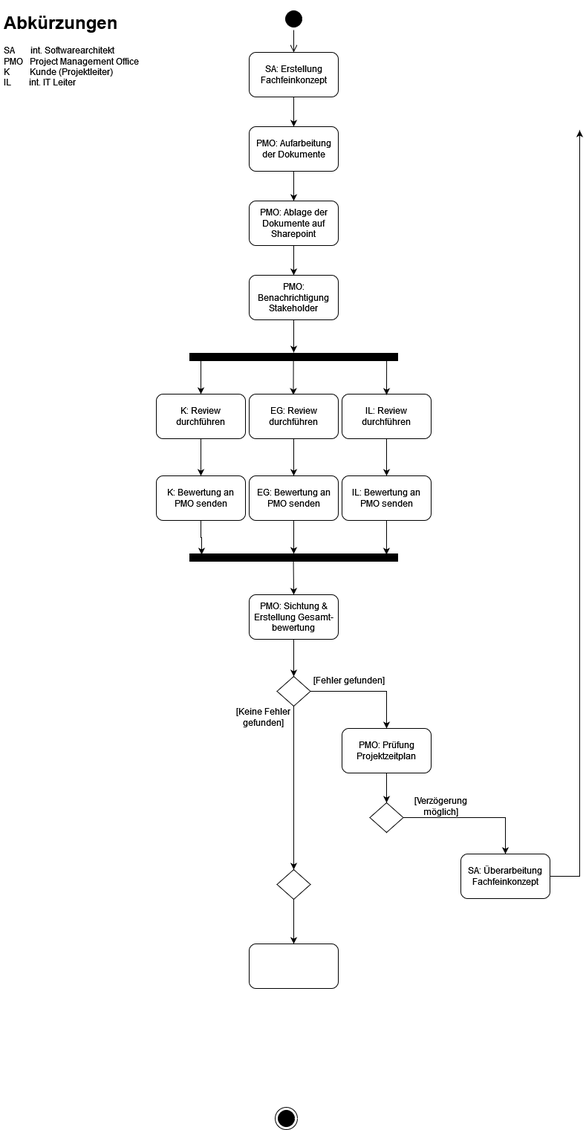
Before: src/org/hbrs/se1/ws22/uebung2/Aufgabe2-1.drawio.png, a diagram exported from draw.io (fitnesstino/WS22-SE1). Source tidied: cells renumbered, new cells last; positions are measured from the earlier drawing's top-left corner, leaving out a move shared by most shapes.
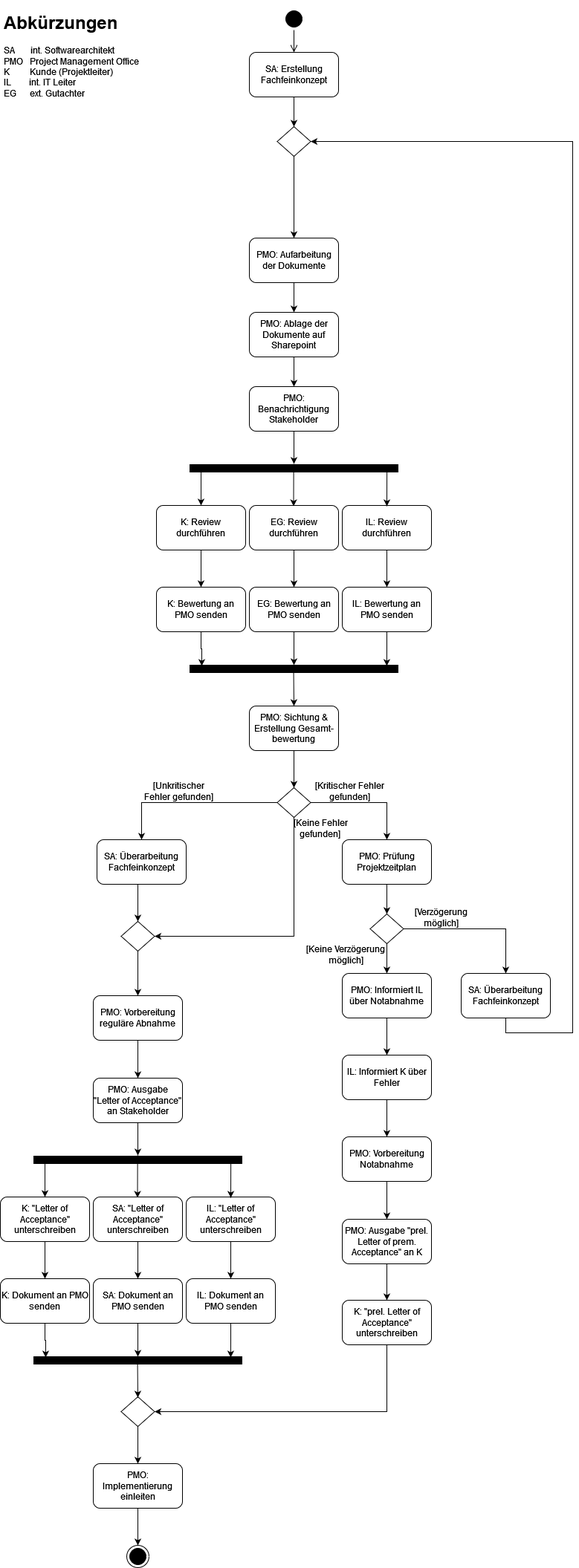
After the commit.

Diff of the diagram source:
```diff
@@ -3,19 +3,21 @@
     <mxCell id="0" />
     <mxCell id="1" parent="0" />
     <mxCell id="2" style="ellipse;html=1;shape=startState;fillColor=#000000;strokeColor=#000000;" parent="1" vertex="1">
-      <mxGeometry x="380" width="30" height="30" as="geometry" />
+      <mxGeometry x="380" y="-150" width="30" height="30" as="geometry" />
     </mxCell>
     <mxCell id="3" style="edgeStyle=orthogonalEdgeStyle;html=1;verticalAlign=bottom;endArrow=open;endSize=8;strokeColor=#000000;rounded=0;entryX=0.5;entryY=0;entryDx=0;entryDy=0;" parent="1" edge="1" source="2" target="6">
       <mxGeometry relative="1" as="geometry" />
     </mxCell>
     <mxCell id="4" style="ellipse;html=1;shape=endState;fillColor=#000000;strokeColor=#000000;" parent="1" vertex="1">
-      <mxGeometry x="370" y="1480" width="30" height="30" as="geometry" />
+      <mxGeometry x="170" y="1920" width="30" height="30" as="geometry" />
     </mxCell>
-    <mxCell id="5" style="edgeStyle=orthogonalEdgeStyle;rounded=0;jettySize=auto;html=1;" parent="1" edge="1" source="6" target="8">
-      <mxGeometry relative="1" as="geometry" />
+    <mxCell id="5" style="edgeStyle=orthogonalEdgeStyle;rounded=0;jettySize=auto;html=1;" parent="1" edge="1" source="6">
+      <mxGeometry relative="1" as="geometry">
+        <mxPoint x="395" y="10" as="targetPoint" />
+      </mxGeometry>
     </mxCell>
     <mxCell id="6" value="SA: Erstellung Fachfeinkonzept" style="rounded=1;whiteSpace=wrap;html=1;" parent="1" vertex="1">
-      <mxGeometry x="335" y="60" width="120" height="60" as="geometry" />
+      <mxGeometry x="335" y="-90" width="120" height="60" as="geometry" />
     </mxCell>
     <mxCell id="7" style="edgeStyle=orthogonalEdgeStyle;rounded=0;jettySize=auto;html=1;strokeColor=#000000;" parent="1" edge="1" source="8" target="11">
       <mxGeometry relative="1" as="geometry" />
@@ -23,8 +25,8 @@
     <mxCell id="8" value="PMO: Aufarbeitung der Dokumente" style="whiteSpace=wrap;html=1;rounded=1;" parent="1" vertex="1">
       <mxGeometry x="335" y="160" width="120" height="60" as="geometry" />
     </mxCell>
-    <mxCell id="9" value="&lt;h1&gt;Abkürzungen&lt;/h1&gt;&lt;p&gt;SA&amp;nbsp;&amp;nbsp;&amp;nbsp;&amp;nbsp; &amp;nbsp; int. Softwarearchitekt&lt;br&gt;PMO&amp;nbsp;&amp;nbsp; Project Management Office&lt;br&gt;K&amp;nbsp;&amp;nbsp;&amp;nbsp;&amp;nbsp;&amp;nbsp;&amp;nbsp;&amp;nbsp;&amp;nbsp; Kunde (Projektleiter)&lt;br&gt;IL&amp;nbsp;&amp;nbsp;&amp;nbsp;&amp;nbsp;&amp;nbsp;&amp;nbsp;&amp;nbsp; int. IT Leiter&lt;br&gt;&lt;/p&gt;" style="text;html=1;strokeColor=none;fillColor=none;spacing=5;spacingTop=-20;whiteSpace=wrap;overflow=hidden;rounded=0;" parent="1" vertex="1">
-      <mxGeometry width="200" height="120" as="geometry" />
+    <mxCell id="9" value="&lt;h1&gt;Abkürzungen&lt;/h1&gt;&lt;p&gt;SA&amp;nbsp;&amp;nbsp;&amp;nbsp;&amp;nbsp; &amp;nbsp; int. Softwarearchitekt&lt;br&gt;PMO&amp;nbsp;&amp;nbsp; Project Management Office&lt;br&gt;K&amp;nbsp;&amp;nbsp;&amp;nbsp;&amp;nbsp;&amp;nbsp;&amp;nbsp;&amp;nbsp;&amp;nbsp; Kunde (Projektleiter)&lt;br&gt;IL&amp;nbsp;&amp;nbsp;&amp;nbsp;&amp;nbsp;&amp;nbsp;&amp;nbsp;&amp;nbsp; int. IT Leiter&lt;br&gt;EG&amp;nbsp;&amp;nbsp;&amp;nbsp;&amp;nbsp;&amp;nbsp; ext. Gutachter&lt;br&gt;&lt;/p&gt;" style="text;html=1;strokeColor=none;fillColor=none;spacing=5;spacingTop=-20;whiteSpace=wrap;overflow=hidden;rounded=0;" parent="1" vertex="1">
+      <mxGeometry y="-150" width="200" height="120" as="geometry" />
     </mxCell>
     <mxCell id="10" style="edgeStyle=orthogonalEdgeStyle;rounded=0;jettySize=auto;html=1;strokeColor=#000000;" parent="1" edge="1" source="11" target="13">
       <mxGeometry relative="1" as="geometry" />
@@ -120,9 +122,9 @@
     <mxCell id="34" style="edgeStyle=orthogonalEdgeStyle;rounded=0;jettySize=auto;html=1;strokeColor=#000000;strokeWidth=1;" parent="1" edge="1" source="36" target="38">
       <mxGeometry relative="1" as="geometry" />
     </mxCell>
-    <mxCell id="35" style="edgeStyle=orthogonalEdgeStyle;rounded=0;jettySize=auto;html=1;strokeColor=#000000;strokeWidth=1;entryX=0.5;entryY=0;entryDx=0;entryDy=0;" parent="1" edge="1" source="36" target="43">
-      <mxGeometry relative="1" as="geometry" />
-    </mxCell>
+    <mxCell id="49" style="edgeStyle=orthogonalEdgeStyle;rounded=0;jettySize=auto;html=1;entryX=0.5;entryY=0;entryDx=0;entryDy=0;exitX=0;exitY=0.5;exitDx=0;exitDy=0;" parent="1" edge="1" source="36" target="55">
+      <mxGeometry relative="1" as="geometry" />
+    </mxCell>
     <mxCell id="36" style="rhombus;whiteSpace=wrap;html=1;strokeColor=#000000;fillColor=none;" parent="1" vertex="1">
       <mxGeometry x="372.5" y="900" width="45" height="40" as="geometry" />
     </mxCell>
@@ -132,37 +134,201 @@
     <mxCell id="38" value="PMO: Prüfung Projektzeitplan" style="rounded=1;whiteSpace=wrap;html=1;fillColor=none;strokeColor=#000000;" parent="1" vertex="1">
       <mxGeometry x="460" y="970" width="120" height="60" as="geometry" />
     </mxCell>
-    <mxCell id="39" value="[Fehler gefunden]" style="text;html=1;strokeColor=none;fillColor=none;align=center;verticalAlign=middle;whiteSpace=wrap;rounded=0;" parent="1" vertex="1">
+    <mxCell id="39" value="[Kritischer Fehler gefunden]" style="text;html=1;strokeColor=none;fillColor=none;align=center;verticalAlign=middle;whiteSpace=wrap;rounded=0;" parent="1" vertex="1">
       <mxGeometry x="420" y="890" width="100" height="30" as="geometry" />
     </mxCell>
+    <mxCell id="50" style="edgeStyle=orthogonalEdgeStyle;rounded=0;jettySize=auto;html=1;" parent="1" edge="1" source="40" target="57">
+      <mxGeometry relative="1" as="geometry" />
+    </mxCell>
-    <mxCell id="40" style="rounded=1;whiteSpace=wrap;html=1;fillColor=none;strokeColor=#000000;" parent="1" vertex="1">
-      <mxGeometry x="335" y="1260" width="120" height="60" as="geometry" />
+    <mxCell id="40" value="PMO: Vorbereitung reguläre Abnahme" style="rounded=1;whiteSpace=wrap;html=1;fillColor=none;strokeColor=#000000;" parent="1" vertex="1">
+      <mxGeometry x="125" y="1180" width="120" height="60" as="geometry" />
     </mxCell>
-    <mxCell id="41" value="[Keine Fehler gefunden]" style="text;html=1;strokeColor=none;fillColor=none;align=center;verticalAlign=middle;whiteSpace=wrap;rounded=0;" parent="1" vertex="1">
-      <mxGeometry x="304" y="940" width="100" height="30" as="geometry" />
+    <mxCell id="41" value="&amp;nbsp;[Keine Fehler gefunden]" style="text;html=1;strokeColor=none;fillColor=none;align=center;verticalAlign=middle;whiteSpace=wrap;rounded=0;" parent="1" vertex="1">
+      <mxGeometry x="380" y="940" width="100" height="30" as="geometry" />
     </mxCell>
     <mxCell id="42" style="edgeStyle=orthogonalEdgeStyle;rounded=0;jettySize=auto;html=1;strokeColor=#000000;strokeWidth=1;" parent="1" edge="1" source="43" target="40">
       <mxGeometry relative="1" as="geometry" />
     </mxCell>
     <mxCell id="43" style="rhombus;whiteSpace=wrap;html=1;strokeColor=#000000;fillColor=none;" parent="1" vertex="1">
-      <mxGeometry x="372.5" y="1160" width="45" height="40" as="geometry" />
+      <mxGeometry x="162.5" y="1080" width="45" height="40" as="geometry" />
     </mxCell>
     <mxCell id="44" style="edgeStyle=orthogonalEdgeStyle;rounded=0;jettySize=auto;html=1;strokeColor=#000000;strokeWidth=1;" parent="1" edge="1" source="45" target="47">
       <mxGeometry relative="1" as="geometry" />
     </mxCell>
+    <mxCell id="51" style="edgeStyle=orthogonalEdgeStyle;rounded=0;jettySize=auto;html=1;" parent="1" edge="1" source="45" target="80">
+      <mxGeometry relative="1" as="geometry" />
+    </mxCell>
     <mxCell id="45" style="rhombus;whiteSpace=wrap;html=1;strokeColor=#000000;fillColor=none;" parent="1" vertex="1">
       <mxGeometry x="497.5" y="1070" width="45" height="40" as="geometry" />
     </mxCell>
-    <mxCell id="46" style="edgeStyle=orthogonalEdgeStyle;rounded=0;jettySize=auto;html=1;strokeColor=#000000;strokeWidth=1;" parent="1" edge="1" source="47">
+    <mxCell id="46" style="edgeStyle=orthogonalEdgeStyle;rounded=0;jettySize=auto;html=1;strokeColor=#000000;strokeWidth=1;entryX=1;entryY=0.5;entryDx=0;entryDy=0;exitX=0.5;exitY=1;exitDx=0;exitDy=0;" parent="1" edge="1" source="47" target="53">
       <mxGeometry relative="1" as="geometry">
-        <mxPoint x="780" y="165" as="targetPoint" />
+        <Array as="points">
+          <mxPoint x="680" y="1230" />
+          <mxPoint x="770" y="1230" />
+          <mxPoint x="770" y="30" />
+        </Array>
       </mxGeometry>
     </mxCell>
     <mxCell id="47" value="SA: Überarbeitung Fachfeinkonzept" style="rounded=1;whiteSpace=wrap;html=1;fillColor=none;strokeColor=#000000;" parent="1" vertex="1">
-      <mxGeometry x="620" y="1139" width="120" height="60" as="geometry" />
+      <mxGeometry x="620" y="1150" width="120" height="60" as="geometry" />
     </mxCell>
     <mxCell id="48" value="[Verzögerung möglich]" style="text;html=1;strokeColor=none;fillColor=none;align=center;verticalAlign=middle;whiteSpace=wrap;rounded=0;" parent="1" vertex="1">
       <mxGeometry x="542.5" y="1060" width="100" height="30" as="geometry" />
     </mxCell>
+    <mxCell id="52" style="edgeStyle=orthogonalEdgeStyle;rounded=0;jettySize=auto;html=1;entryX=0.5;entryY=0;entryDx=0;entryDy=0;" parent="1" edge="1" source="53" target="8">
+      <mxGeometry relative="1" as="geometry" />
+    </mxCell>
+    <mxCell id="53" style="rhombus;whiteSpace=wrap;html=1;strokeColor=#000000;fillColor=none;" parent="1" vertex="1">
+      <mxGeometry x="372.5" y="10" width="45" height="40" as="geometry" />
+    </mxCell>
+    <mxCell id="35" style="edgeStyle=orthogonalEdgeStyle;rounded=0;jettySize=auto;html=1;entryX=1;entryY=0.5;entryDx=0;entryDy=0;exitX=0.5;exitY=1;exitDx=0;exitDy=0;" parent="1" edge="1" source="36" target="43">
+      <mxGeometry relative="1" as="geometry">
+        <Array as="points">
+          <mxPoint x="395" y="1100" />
+        </Array>
+      </mxGeometry>
+    </mxCell>
+    <mxCell id="54" style="edgeStyle=orthogonalEdgeStyle;rounded=0;jettySize=auto;html=1;exitX=0.5;exitY=1;exitDx=0;exitDy=0;entryX=0.5;entryY=0;entryDx=0;entryDy=0;" parent="1" edge="1" source="55" target="43">
+      <mxGeometry relative="1" as="geometry">
+        <Array as="points">
+          <mxPoint x="185" y="1030" />
+        </Array>
+      </mxGeometry>
+    </mxCell>
+    <mxCell id="55" value="SA: Überarbeitung Fachfeinkonzept" style="rounded=1;whiteSpace=wrap;html=1;" parent="1" vertex="1">
+      <mxGeometry x="130" y="970" width="120" height="60" as="geometry" />
+    </mxCell>
+    <mxCell id="56" value="[Unkritischer Fehler gefunden]" style="text;html=1;strokeColor=none;fillColor=none;align=center;verticalAlign=middle;whiteSpace=wrap;rounded=0;" parent="1" vertex="1">
+      <mxGeometry x="190" y="890" width="100" height="30" as="geometry" />
+    </mxCell>
+    <mxCell id="57" value="PMO: Ausgabe &quot;Letter of Acceptance&quot; an Stakeholder" style="rounded=1;whiteSpace=wrap;html=1;fillColor=none;strokeColor=#000000;" parent="1" vertex="1">
+      <mxGeometry x="125" y="1291" width="120" height="60" as="geometry" />
+    </mxCell>
+    <mxCell id="58" style="edgeStyle=orthogonalEdgeStyle;rounded=0;jettySize=auto;html=1;entryX=-0.1;entryY=0.5;entryDx=0;entryDy=0;entryPerimeter=0;strokeColor=#000000;strokeWidth=1;" parent="1" edge="1" target="59">
+      <mxGeometry relative="1" as="geometry">
+        <mxPoint x="185" y="1351" as="sourcePoint" />
+      </mxGeometry>
+    </mxCell>
+    <mxCell id="59" style="html=1;points=[];perimeter=orthogonalPerimeter;strokeColor=#000000;rotation=90;fillColor=#000000;" parent="1" vertex="1">
+      <mxGeometry x="180" y="1261" width="10" height="280" as="geometry" />
+    </mxCell>
+    <mxCell id="60" style="endArrow=classic;html=1;rounded=0;strokeColor=#000000;strokeWidth=1;" parent="1" edge="1">
+      <mxGeometry relative="1" as="geometry">
+        <mxPoint x="60" y="1401" as="sourcePoint" />
+        <mxPoint x="60" y="1451" as="targetPoint" />
+      </mxGeometry>
+    </mxCell>
+    <mxCell id="61" style="endArrow=classic;html=1;rounded=0;strokeColor=#000000;strokeWidth=1;exitX=1.4;exitY=0.946;exitDx=0;exitDy=0;exitPerimeter=0;" parent="1" edge="1">
+      <mxGeometry relative="1" as="geometry">
+        <mxPoint x="184.6" y="1401" as="sourcePoint" />
+        <mxPoint x="184.5" y="1452" as="targetPoint" />
+      </mxGeometry>
+    </mxCell>
+    <mxCell id="62" style="endArrow=classic;html=1;rounded=0;strokeColor=#000000;strokeWidth=1;exitX=1.4;exitY=0.946;exitDx=0;exitDy=0;exitPerimeter=0;" parent="1" edge="1">
+      <mxGeometry relative="1" as="geometry">
+        <mxPoint x="310.1" y="1401" as="sourcePoint" />
+        <mxPoint x="310" y="1452" as="targetPoint" />
+      </mxGeometry>
+    </mxCell>
+    <mxCell id="63" style="edgeStyle=orthogonalEdgeStyle;rounded=0;jettySize=auto;html=1;strokeColor=#000000;strokeWidth=1;" parent="1" edge="1" source="64" target="70">
+      <mxGeometry relative="1" as="geometry" />
+    </mxCell>
+    <mxCell id="64" value="K: &quot;Letter of Acceptance&quot; unterschreiben" style="rounded=1;whiteSpace=wrap;html=1;strokeColor=#000000;fillColor=none;" parent="1" vertex="1">
+      <mxGeometry y="1451" width="120" height="60" as="geometry" />
+    </mxCell>
+    <mxCell id="65" style="edgeStyle=orthogonalEdgeStyle;rounded=0;jettySize=auto;html=1;strokeColor=#000000;strokeWidth=1;" parent="1" edge="1" source="66" target="72">
+      <mxGeometry relative="1" as="geometry" />
+    </mxCell>
+    <mxCell id="66" value="SA: &quot;Letter of Acceptance&quot; unterschreiben" style="rounded=1;whiteSpace=wrap;html=1;strokeColor=#000000;fillColor=none;" parent="1" vertex="1">
+      <mxGeometry x="125" y="1451" width="120" height="60" as="geometry" />
+    </mxCell>
+    <mxCell id="67" style="edgeStyle=orthogonalEdgeStyle;rounded=0;jettySize=auto;html=1;strokeColor=#000000;strokeWidth=1;" parent="1" edge="1" source="68" target="74">
+      <mxGeometry relative="1" as="geometry" />
+    </mxCell>
+    <mxCell id="68" value="IL: &quot;Letter of Acceptance&quot; unterschreiben" style="rounded=1;whiteSpace=wrap;html=1;strokeColor=#000000;fillColor=none;" parent="1" vertex="1">
+      <mxGeometry x="250" y="1451" width="120" height="60" as="geometry" />
+    </mxCell>
+    <mxCell id="69" style="edgeStyle=orthogonalEdgeStyle;rounded=0;jettySize=auto;html=1;entryX=0.1;entryY=0.943;entryDx=0;entryDy=0;entryPerimeter=0;strokeColor=#000000;strokeWidth=1;" parent="1" edge="1" source="70" target="75">
+      <mxGeometry relative="1" as="geometry">
+        <Array as="points">
+          <mxPoint x="60" y="1644" />
+          <mxPoint x="61" y="1644" />
+        </Array>
+      </mxGeometry>
+    </mxCell>
+    <mxCell id="70" value="K: Dokument an PMO senden" style="whiteSpace=wrap;html=1;fillColor=none;strokeColor=#000000;rounded=1;" parent="1" vertex="1">
+      <mxGeometry y="1561" width="120" height="60" as="geometry" />
+    </mxCell>
+    <mxCell id="71" style="edgeStyle=orthogonalEdgeStyle;rounded=0;jettySize=auto;html=1;strokeColor=#000000;strokeWidth=1;" parent="1" edge="1" source="72" target="75">
+      <mxGeometry relative="1" as="geometry" />
+    </mxCell>
+    <mxCell id="72" value="SA: Dokument an PMO senden" style="whiteSpace=wrap;html=1;fillColor=none;strokeColor=#000000;rounded=1;" parent="1" vertex="1">
+      <mxGeometry x="125" y="1561" width="120" height="60" as="geometry" />
+    </mxCell>
+    <mxCell id="73" style="edgeStyle=orthogonalEdgeStyle;rounded=0;jettySize=auto;html=1;entryX=0.1;entryY=0.054;entryDx=0;entryDy=0;entryPerimeter=0;strokeColor=#000000;strokeWidth=1;" parent="1" edge="1" source="74" target="75">
+      <mxGeometry relative="1" as="geometry" />
+    </mxCell>
+    <mxCell id="74" value="IL: Dokument an PMO senden" style="whiteSpace=wrap;html=1;fillColor=none;strokeColor=#000000;rounded=1;" parent="1" vertex="1">
+      <mxGeometry x="250" y="1561" width="120" height="60" as="geometry" />
+    </mxCell>
+    <mxCell id="75" style="html=1;points=[];perimeter=orthogonalPerimeter;strokeColor=#000000;rotation=90;fillColor=#000000;" parent="1" vertex="1">
+      <mxGeometry x="180" y="1531" width="10" height="280" as="geometry" />
+    </mxCell>
+    <mxCell id="76" style="endArrow=classic;html=1;rounded=0;strokeColor=#000000;strokeWidth=1;" parent="1" edge="1">
+      <mxGeometry relative="1" as="geometry">
+        <mxPoint x="184.5" y="1671" as="sourcePoint" />
+        <mxPoint x="185" y="1721" as="targetPoint" />
+      </mxGeometry>
+    </mxCell>
+    <mxCell id="77" style="edgeStyle=orthogonalEdgeStyle;rounded=0;jettySize=auto;html=1;entryX=0.5;entryY=0;entryDx=0;entryDy=0;" parent="1" edge="1" source="78" target="4">
+      <mxGeometry relative="1" as="geometry" />
+    </mxCell>
+    <mxCell id="78" value="PMO: Implementierung einleiten" style="rounded=1;whiteSpace=wrap;html=1;" parent="1" vertex="1">
+      <mxGeometry x="125" y="1810" width="120" height="60" as="geometry" />
+    </mxCell>
+    <mxCell id="79" style="edgeStyle=orthogonalEdgeStyle;rounded=0;jettySize=auto;html=1;" parent="1" edge="1" source="80" target="83">
+      <mxGeometry relative="1" as="geometry" />
+    </mxCell>
+    <mxCell id="80" value="PMO: Informiert IL über Notabnahme" style="rounded=1;whiteSpace=wrap;html=1;fillColor=none;strokeColor=#000000;" parent="1" vertex="1">
+      <mxGeometry x="460" y="1150" width="120" height="60" as="geometry" />
+    </mxCell>
+    <mxCell id="81" value="[Keine Verzögerung möglich]" style="text;html=1;strokeColor=none;fillColor=none;align=center;verticalAlign=middle;whiteSpace=wrap;rounded=0;" parent="1" vertex="1">
+      <mxGeometry x="410" y="1110" width="110" height="30" as="geometry" />
+    </mxCell>
+    <mxCell id="82" style="edgeStyle=orthogonalEdgeStyle;rounded=0;jettySize=auto;html=1;" parent="1" edge="1" source="83" target="85">
+      <mxGeometry relative="1" as="geometry" />
+    </mxCell>
+    <mxCell id="83" value="IL: Informiert K über Fehler" style="whiteSpace=wrap;html=1;fillColor=none;strokeColor=#000000;rounded=1;" parent="1" vertex="1">
+      <mxGeometry x="460" y="1260" width="120" height="60" as="geometry" />
+    </mxCell>
+    <mxCell id="84" style="edgeStyle=orthogonalEdgeStyle;rounded=0;jettySize=auto;html=1;" parent="1" edge="1" source="85" target="89">
+      <mxGeometry relative="1" as="geometry" />
+    </mxCell>
+    <mxCell id="85" value="PMO: Vorbereitung Notabnahme" style="rounded=1;whiteSpace=wrap;html=1;fillColor=none;strokeColor=#000000;" parent="1" vertex="1">
+      <mxGeometry x="460" y="1370" width="120" height="60" as="geometry" />
+    </mxCell>
+    <mxCell id="86" style="edgeStyle=orthogonalEdgeStyle;rounded=0;jettySize=auto;html=1;entryX=0.5;entryY=0;entryDx=0;entryDy=0;" parent="1" edge="1" source="87" target="78">
+      <mxGeometry relative="1" as="geometry" />
+    </mxCell>
+    <mxCell id="87" style="rhombus;whiteSpace=wrap;html=1;strokeColor=#000000;fillColor=none;" parent="1" vertex="1">
+      <mxGeometry x="162.5" y="1720" width="45" height="40" as="geometry" />
+    </mxCell>
+    <mxCell id="88" style="edgeStyle=orthogonalEdgeStyle;rounded=0;jettySize=auto;html=1;" parent="1" edge="1" source="89" target="91">
+      <mxGeometry relative="1" as="geometry" />
+    </mxCell>
+    <mxCell id="89" value="PMO: Ausgabe &quot;prel. Letter of prem. Acceptance&quot; an K" style="rounded=1;whiteSpace=wrap;html=1;fillColor=none;strokeColor=#000000;" parent="1" vertex="1">
+      <mxGeometry x="460" y="1481" width="120" height="60" as="geometry" />
+    </mxCell>
+    <mxCell id="90" style="edgeStyle=orthogonalEdgeStyle;rounded=0;jettySize=auto;html=1;entryX=1;entryY=0.5;entryDx=0;entryDy=0;" parent="1" edge="1" source="91" target="87">
+      <mxGeometry relative="1" as="geometry">
+        <Array as="points">
+          <mxPoint x="520" y="1740" />
+        </Array>
+      </mxGeometry>
+    </mxCell>
+    <mxCell id="91" value="K: &quot;prel. Letter of Acceptance&quot; unterschreiben" style="rounded=1;whiteSpace=wrap;html=1;fillColor=none;strokeColor=#000000;" parent="1" vertex="1">
+      <mxGeometry x="460" y="1590" width="120" height="60" as="geometry" />
+    </mxCell>
   </root>
 </mxGraphModel>
```
